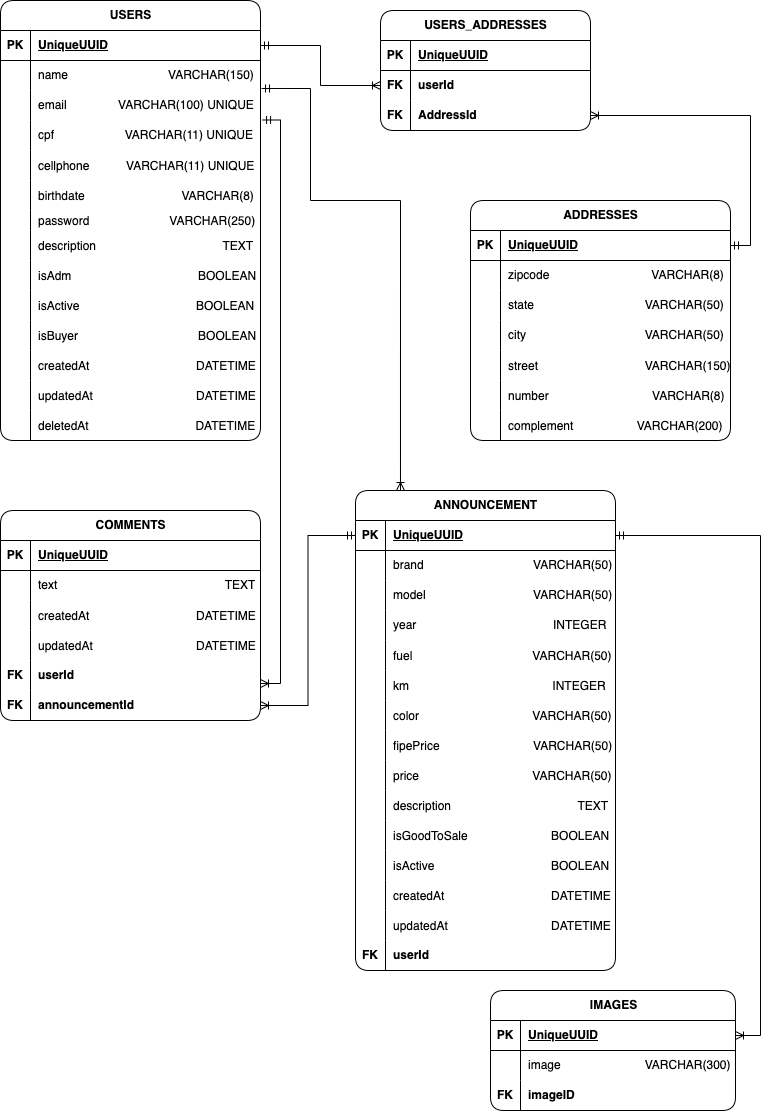
Above: diagrams.drawio.png in projeto-fullstack-M6/motors-API (draw.io), before the change. Source tidied: cells renumbered, new cells last; positions are measured from the earlier drawing's top-left corner, leaving out a move shared by most shapes.
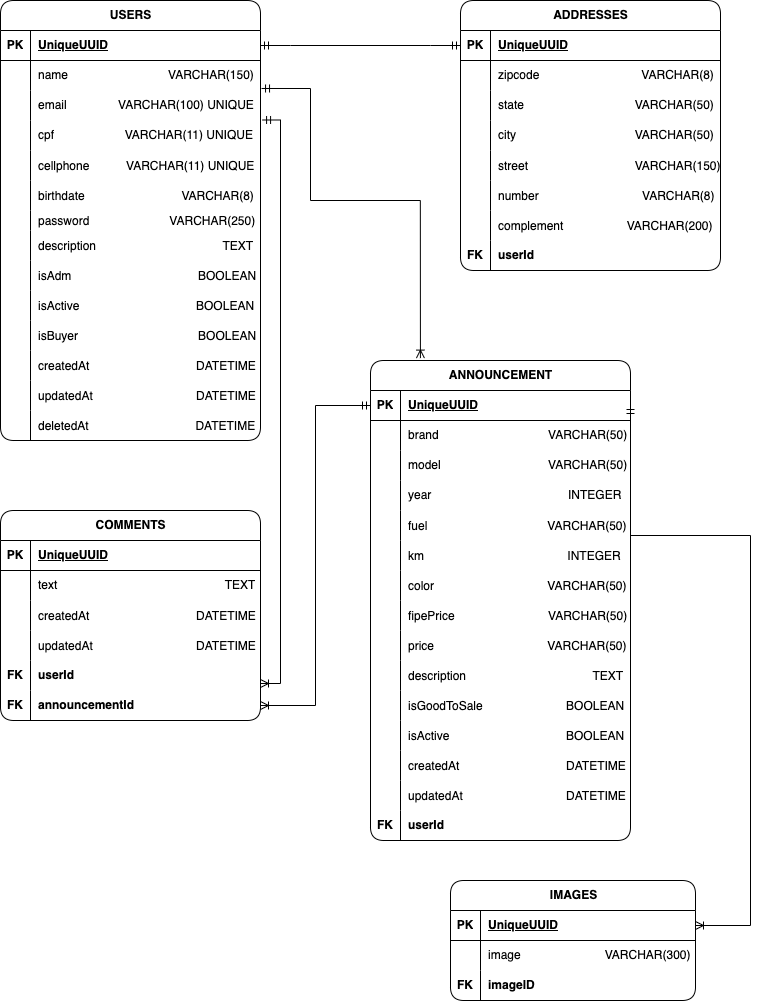
The same diagram one commit later.

Commit message:
final structure of the diagrams

Change to the diagram source:
```diff
@@ -132,7 +132,7 @@
       <mxGeometry x="30" width="230" height="30" as="geometry" />
     </mxCell>
     <mxCell id="45" value="ADDRESSES" style="shape=table;startSize=30;rowLines=0;fontStyle=1;align=center;html=1;rounded=1;shadow=0;swimlaneLine=1;" parent="1" vertex="1">
-      <mxGeometry x="470" y="200" width="260" height="240" as="geometry" />
+      <mxGeometry x="460" width="260" height="270" as="geometry" />
     </mxCell>
     <mxCell id="46" style="shape=tableRow;horizontal=0;startSize=0;swimlaneHead=0;swimlaneBody=0;fillColor=none;points=[[0,0.5],[1,0.5]];portConstraint=eastwest;top=0;left=0;right=0;bottom=1;" parent="45" vertex="1">
       <mxGeometry y="30" width="260" height="30" as="geometry" />
@@ -197,54 +197,17 @@
     <mxCell id="66" value="complement                   VARCHAR(200)" style="shape=partialRectangle;fillColor=none;top=0;left=0;bottom=0;right=0;align=left;spacingLeft=6;overflow=hidden;" parent="64" vertex="1">
       <mxGeometry x="30" width="230" height="30" as="geometry" />
     </mxCell>
-    <mxCell id="67" value="USERS_ADDRESSES" style="shape=table;startSize=30;rowLines=0;fontStyle=1;align=center;html=1;rounded=1;shadow=0;swimlaneLine=1;" parent="1" vertex="1">
-      <mxGeometry x="380" y="10" width="210" height="120" as="geometry" />
-    </mxCell>
-    <mxCell id="68" style="shape=tableRow;horizontal=0;startSize=0;swimlaneHead=0;swimlaneBody=0;fillColor=none;top=0;left=0;right=0;bottom=1;" parent="67" vertex="1">
-      <mxGeometry y="30" width="210" height="30" as="geometry" />
-    </mxCell>
-    <mxCell id="69" value="PK" style="shape=partialRectangle;fillColor=none;top=0;left=0;bottom=0;right=0;fontStyle=1;overflow=hidden;whiteSpace=wrap;html=1;" parent="68" vertex="1">
-      <mxGeometry width="30" height="30" as="geometry" />
-    </mxCell>
-    <mxCell id="70" value="UniqueUUID" style="shape=partialRectangle;fillColor=none;top=0;left=0;bottom=0;right=0;align=left;spacingLeft=6;fontStyle=5;overflow=hidden;whiteSpace=wrap;html=1;" parent="68" vertex="1">
-      <mxGeometry x="30" width="180" height="30" as="geometry" />
-    </mxCell>
-    <mxCell id="71" style="shape=tableRow;horizontal=0;startSize=0;swimlaneHead=0;swimlaneBody=0;fillColor=none;points=[[0,0.5],[1,0.5]];portConstraint=eastwest;top=0;left=0;right=0;bottom=0;" parent="67" vertex="1">
-      <mxGeometry y="60" width="210" height="30" as="geometry" />
-    </mxCell>
-    <mxCell id="72" value="FK" style="shape=partialRectangle;fillColor=none;top=0;left=0;bottom=0;right=0;fontStyle=1;overflow=hidden;whiteSpace=wrap;html=1;" parent="71" vertex="1">
-      <mxGeometry width="30" height="30" as="geometry" />
-    </mxCell>
+    <mxCell id="158" style="shape=tableRow;horizontal=0;startSize=0;swimlaneHead=0;swimlaneBody=0;fillColor=none;top=0;left=0;right=0;bottom=0;" parent="45" vertex="1">
+      <mxGeometry y="240" width="260" height="30" as="geometry" />
+    </mxCell>
+    <mxCell id="159" value="&lt;b&gt;FK&lt;/b&gt;" style="shape=partialRectangle;fillColor=none;top=0;left=0;bottom=0;right=0;fontStyle=0;overflow=hidden;whiteSpace=wrap;html=1;" parent="158" vertex="1">
+      <mxGeometry width="30" height="30" as="geometry" />
+    </mxCell>
-    <mxCell id="73" value="userId" style="shape=partialRectangle;fillColor=none;top=0;left=0;bottom=0;right=0;align=left;spacingLeft=6;fontStyle=1;overflow=hidden;whiteSpace=wrap;html=1;" parent="71" vertex="1">
-      <mxGeometry x="30" width="180" height="30" as="geometry" />
+    <mxCell id="73" value="&lt;b&gt;userId&lt;/b&gt;" style="shape=partialRectangle;fillColor=none;top=0;left=0;bottom=0;right=0;align=left;spacingLeft=6;fontStyle=0;overflow=hidden;whiteSpace=wrap;html=1;" parent="158" vertex="1">
+      <mxGeometry x="30" width="230" height="30" as="geometry" />
     </mxCell>
-    <mxCell id="74" style="shape=tableRow;horizontal=0;startSize=0;swimlaneHead=0;swimlaneBody=0;fillColor=none;points=[[0,0.5],[1,0.5]];portConstraint=eastwest;top=0;left=0;right=0;bottom=0;" parent="67" vertex="1">
-      <mxGeometry y="90" width="210" height="30" as="geometry" />
-    </mxCell>
-    <mxCell id="75" value="FK" style="shape=partialRectangle;fillColor=none;top=0;left=0;bottom=0;right=0;fontStyle=1;overflow=hidden;whiteSpace=wrap;html=1;" parent="74" vertex="1">
-      <mxGeometry width="30" height="30" as="geometry" />
-    </mxCell>
-    <mxCell id="76" value="AddressId" style="shape=partialRectangle;fillColor=none;top=0;left=0;bottom=0;right=0;align=left;spacingLeft=6;fontStyle=1;overflow=hidden;whiteSpace=wrap;html=1;" parent="74" vertex="1">
-      <mxGeometry x="30" width="180" height="30" as="geometry" />
-    </mxCell>
-    <mxCell id="77" style="edgeStyle=orthogonalEdgeStyle;fontSize=12;html=1;endArrow=ERoneToMany;startArrow=ERmandOne;rounded=0;exitX=1;exitY=0.5;exitDx=0;exitDy=0;" parent="1" edge="1" source="46" target="74">
-      <mxGeometry relative="1" as="geometry">
-        <Array as="points">
-          <mxPoint x="750" y="245" />
-          <mxPoint x="750" y="115" />
-        </Array>
-      </mxGeometry>
-    </mxCell>
-    <mxCell id="78" style="edgeStyle=orthogonalEdgeStyle;fontSize=12;html=1;endArrow=ERoneToMany;startArrow=ERmandOne;rounded=0;exitX=1;exitY=0.5;exitDx=0;exitDy=0;entryX=0;entryY=0.5;entryDx=0;entryDy=0;" parent="1" edge="1" source="3" target="71">
-      <mxGeometry relative="1" as="geometry">
-        <Array as="points">
-          <mxPoint x="320" y="45" />
-          <mxPoint x="320" y="85" />
-        </Array>
-      </mxGeometry>
-    </mxCell>
     <mxCell id="79" value="IMAGES" style="shape=table;startSize=30;rowLines=0;fontStyle=1;align=center;html=1;rounded=1;shadow=0;swimlaneLine=1;" parent="1" vertex="1">
-      <mxGeometry x="490" y="990" width="245" height="120" as="geometry" />
+      <mxGeometry x="450" y="880" width="245" height="120" as="geometry" />
     </mxCell>
     <mxCell id="80" style="shape=tableRow;horizontal=0;startSize=0;swimlaneHead=0;swimlaneBody=0;fillColor=none;points=[[0,0.5],[1,0.5]];portConstraint=eastwest;top=0;left=0;right=0;bottom=1;" parent="79" vertex="1">
       <mxGeometry y="30" width="245" height="30" as="geometry" />
@@ -274,7 +237,7 @@
       <mxGeometry x="30" width="215" height="30" as="geometry" />
     </mxCell>
     <mxCell id="89" value="ANNOUNCEMENT" style="shape=table;startSize=30;rowLines=0;fontStyle=1;align=center;html=1;rounded=1;shadow=0;swimlaneLine=1;" parent="1" vertex="1">
-      <mxGeometry x="355" y="490" width="260" height="480" as="geometry" />
+      <mxGeometry x="370" y="360" width="260" height="480" as="geometry" />
     </mxCell>
     <mxCell id="90" style="shape=tableRow;horizontal=0;startSize=0;swimlaneHead=0;swimlaneBody=0;fillColor=none;points=[[0,0.5],[1,0.5]];portConstraint=eastwest;top=0;left=0;right=0;bottom=1;" parent="89" vertex="1">
       <mxGeometry y="30" width="260" height="30" as="geometry" />
@@ -471,8 +434,9 @@
     <mxCell id="154" style="edgeStyle=orthogonalEdgeStyle;fontSize=12;html=1;endArrow=ERoneToMany;startArrow=ERmandOne;rounded=0;entryX=1;entryY=0.5;entryDx=0;entryDy=0;exitX=1;exitY=0.5;exitDx=0;exitDy=0;" parent="1" edge="1" source="90" target="80">
       <mxGeometry relative="1" as="geometry">
         <Array as="points">
-          <mxPoint x="760" y="535" />
-          <mxPoint x="760" y="1035" />
+          <mxPoint x="630" y="535" />
+          <mxPoint x="750" y="535" />
+          <mxPoint x="750" y="925" />
         </Array>
       </mxGeometry>
     </mxCell>
@@ -484,17 +448,20 @@
         </Array>
       </mxGeometry>
     </mxCell>
-    <mxCell id="156" style="edgeStyle=orthogonalEdgeStyle;fontSize=12;html=1;endArrow=ERoneToMany;startArrow=ERmandOne;rounded=0;exitX=1.004;exitY=-0.067;exitDx=0;exitDy=0;exitPerimeter=0;entryX=0.173;entryY=0;entryDx=0;entryDy=0;entryPerimeter=0;" parent="1" edge="1" source="9" target="89">
+    <mxCell id="156" style="edgeStyle=orthogonalEdgeStyle;fontSize=12;html=1;endArrow=ERoneToMany;startArrow=ERmandOne;rounded=0;exitX=1.004;exitY=-0.067;exitDx=0;exitDy=0;exitPerimeter=0;entryX=0.192;entryY=-0.005;entryDx=0;entryDy=0;entryPerimeter=0;" parent="1" edge="1" source="9" target="89">
       <mxGeometry relative="1" as="geometry">
         <Array as="points">
           <mxPoint x="310" y="88" />
           <mxPoint x="310" y="200" />
-          <mxPoint x="400" y="200" />
+          <mxPoint x="420" y="200" />
         </Array>
       </mxGeometry>
     </mxCell>
     <mxCell id="157" style="edgeStyle=orthogonalEdgeStyle;fontSize=12;html=1;endArrow=ERoneToMany;startArrow=ERmandOne;rounded=0;exitX=0;exitY=0.5;exitDx=0;exitDy=0;entryX=1;entryY=0.5;entryDx=0;entryDy=0;" parent="1" edge="1" source="90" target="151">
       <mxGeometry relative="1" as="geometry" />
     </mxCell>
+    <mxCell id="160" style="edgeStyle=entityRelationEdgeStyle;fontSize=12;html=1;endArrow=ERmandOne;startArrow=ERmandOne;rounded=0;entryX=0;entryY=0.5;entryDx=0;entryDy=0;exitX=1;exitY=0.5;exitDx=0;exitDy=0;" parent="1" edge="1" source="3" target="46">
+      <mxGeometry relative="1" as="geometry" />
+    </mxCell>
   </root>
 </mxGraphModel>
```
